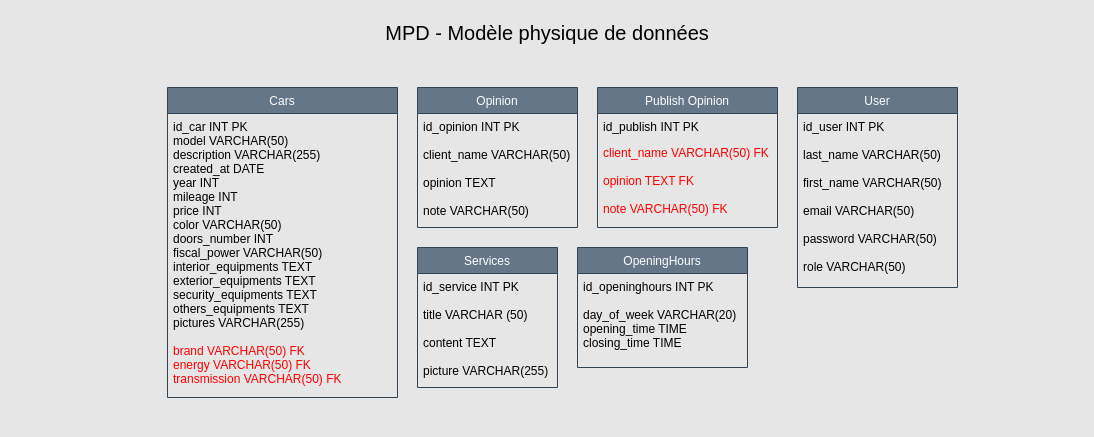
This is Diagrammes/MPD.drawio from Neeruam244/garageparrot, a draw.io file, before an edit. Source tidied: cells renumbered, new cells numbered last; positions are measured from the earlier drawing's top-left corner, leaving out a move shared by most shapes. Both pictures are drawn from the tidied source at 100%, with x=0, y=0 at pixel (17, 17).
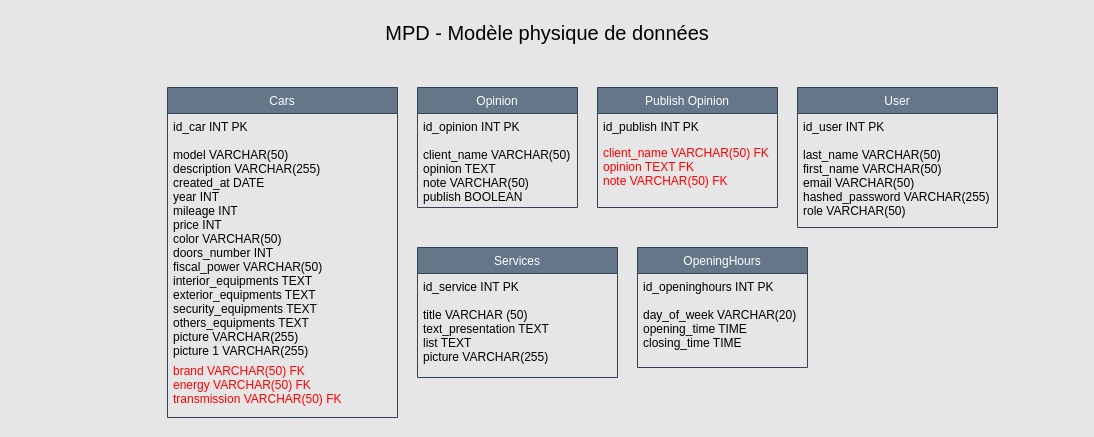
The same diagram, later.

The edit, as a diff of the source:
```diff
@@
 <mxGraphModel background="#E6E6E6">
   <root>
     <mxCell id="0" />
     <mxCell id="1" parent="0" />
     <mxCell id="2" value="Services" style="swimlane;fontStyle=0;horizontal=1;startSize=26;fillColor=#647687;fontColor=#ffffff;strokeColor=#314354;" parent="1" vertex="1">
-      <mxGeometry x="400" y="230" width="140" height="140" as="geometry" />
+      <mxGeometry x="400" y="230" width="200" height="130" as="geometry" />
     </mxCell>
-    <mxCell id="3" value="id_service INT PK&#10;&#10;title VARCHAR (50)&#10;&#10;content TEXT&#10; &#10;picture VARCHAR(255)" style="text;strokeColor=none;fillColor=none;align=left;verticalAlign=top;spacingLeft=4;spacingRight=4;overflow=hidden;fontColor=#000000;" parent="2" vertex="1">
-      <mxGeometry y="26" width="140" height="114" as="geometry" />
+    <mxCell id="3" value="id_service INT PK&#10;&#10;title VARCHAR (50)&#10;text_presentation TEXT&#10;list TEXT&#10;picture VARCHAR(255)" style="text;strokeColor=none;fillColor=none;align=left;verticalAlign=top;spacingLeft=4;spacingRight=4;overflow=hidden;fontColor=#000000;" parent="2" vertex="1">
+      <mxGeometry y="26" width="200" height="104" as="geometry" />
     </mxCell>
     <mxCell id="4" value="MPD - Modèle physique de données" style="text;html=1;strokeColor=none;fillColor=none;align=center;verticalAlign=middle;whiteSpace=wrap;rounded=0;fontColor=#000000;fontSize=20;" parent="1" vertex="1">
       <mxGeometry width="1060" height="30" as="geometry" />
     </mxCell>
     <mxCell id="5" value="OpeningHours" style="swimlane;fontStyle=0;horizontal=1;startSize=26;fillColor=#647687;fontColor=#ffffff;strokeColor=#314354;" parent="1" vertex="1">
-      <mxGeometry x="560" y="230" width="170" height="120" as="geometry" />
+      <mxGeometry x="620" y="230" width="170" height="120" as="geometry" />
     </mxCell>
     <mxCell id="6" value="id_openinghours INT PK&#10;&#10;day_of_week VARCHAR(20)&#10;opening_time TIME&#10;closing_time TIME    " style="text;strokeColor=none;fillColor=none;align=left;verticalAlign=top;spacingLeft=4;spacingRight=4;overflow=hidden;fontColor=#000000;" parent="5" vertex="1">
       <mxGeometry y="26" width="170" height="94" as="geometry" />
     </mxCell>
     <mxCell id="7" value="Opinion" style="swimlane;fontStyle=0;horizontal=1;startSize=26;fillColor=#647687;fontColor=#ffffff;strokeColor=#314354;" parent="1" vertex="1">
-      <mxGeometry x="400" y="70" width="160" height="140" as="geometry" />
+      <mxGeometry x="400" y="70" width="160" height="120" as="geometry" />
     </mxCell>
-    <mxCell id="8" value="id_opinion INT PK&#10;&#10;client_name VARCHAR(50)&#10;&#10;opinion TEXT&#10;&#10;note VARCHAR(50)" style="text;strokeColor=none;fillColor=none;align=left;verticalAlign=top;spacingLeft=4;spacingRight=4;overflow=hidden;fontColor=#000000;" parent="7" vertex="1">
-      <mxGeometry y="26" width="160" height="114" as="geometry" />
+    <mxCell id="8" value="id_opinion INT PK&#10;&#10;client_name VARCHAR(50)&#10;opinion TEXT&#10;note VARCHAR(50)&#10;publish BOOLEAN" style="text;strokeColor=none;fillColor=none;align=left;verticalAlign=top;spacingLeft=4;spacingRight=4;overflow=hidden;fontColor=#000000;" parent="7" vertex="1">
+      <mxGeometry y="26" width="160" height="94" as="geometry" />
     </mxCell>
     <mxCell id="9" value="Publish Opinion" style="swimlane;fontStyle=0;horizontal=1;startSize=26;fillColor=#647687;fontColor=#ffffff;strokeColor=#314354;" parent="1" vertex="1">
-      <mxGeometry x="580" y="70" width="180" height="140" as="geometry" />
+      <mxGeometry x="580" y="70" width="180" height="120" as="geometry" />
     </mxCell>
     <mxCell id="10" value="id_publish INT PK" style="text;strokeColor=none;fillColor=none;align=left;verticalAlign=top;spacingLeft=4;spacingRight=4;overflow=hidden;fontColor=#000000;" parent="9" vertex="1">
       <mxGeometry y="26" width="180" height="26" as="geometry" />
     </mxCell>
-    <mxCell id="11" value="client_name VARCHAR(50) FK&#10;&#10;opinion TEXT FK&#10;&#10;note VARCHAR(50) FK" style="text;strokeColor=none;fillColor=none;align=left;verticalAlign=top;spacingLeft=4;spacingRight=4;overflow=hidden;fontColor=#FF0000;" parent="9" vertex="1">
-      <mxGeometry y="52" width="180" height="88" as="geometry" />
+    <mxCell id="11" value="client_name VARCHAR(50) FK&#10;opinion TEXT FK&#10;note VARCHAR(50) FK" style="text;strokeColor=none;fillColor=none;align=left;verticalAlign=top;spacingLeft=4;spacingRight=4;overflow=hidden;fontColor=#FF0000;" parent="9" vertex="1">
+      <mxGeometry y="52" width="180" height="68" as="geometry" />
     </mxCell>
     <mxCell id="12" value="Cars" style="swimlane;fontStyle=0;horizontal=1;startSize=26;fillColor=#647687;fontColor=#ffffff;strokeColor=#314354;" parent="1" vertex="1">
-      <mxGeometry x="150" y="70" width="230" height="310" as="geometry" />
+      <mxGeometry x="150" y="70" width="230" height="330" as="geometry" />
     </mxCell>
-    <mxCell id="13" value="id_car INT PK&#10;model VARCHAR(50)&#10;description VARCHAR(255)&#10;created_at DATE&#10;year INT&#10;mileage INT&#10;price INT &#10;color VARCHAR(50)&#10;doors_number INT&#10;fiscal_power VARCHAR(50)&#10;interior_equipments TEXT&#10;exterior_equipments TEXT&#10;security_equipments TEXT&#10;others_equipments TEXT&#10;pictures VARCHAR(255)" style="text;strokeColor=none;fillColor=none;align=left;verticalAlign=top;spacingLeft=4;spacingRight=4;overflow=hidden;fontColor=#000000;" parent="12" vertex="1">
-      <mxGeometry y="26" width="230" height="224" as="geometry" />
+    <mxCell id="13" value="id_car INT PK&#10;&#10;model VARCHAR(50)&#10;description VARCHAR(255)&#10;created_at DATE&#10;year INT&#10;mileage INT&#10;price INT &#10;color VARCHAR(50)&#10;doors_number INT&#10;fiscal_power VARCHAR(50)&#10;interior_equipments TEXT&#10;exterior_equipments TEXT&#10;security_equipments TEXT&#10;others_equipments TEXT&#10;picture VARCHAR(255)&#10;picture 1 VARCHAR(255)" style="text;strokeColor=none;fillColor=none;align=left;verticalAlign=top;spacingLeft=4;spacingRight=4;overflow=hidden;fontColor=#000000;" parent="12" vertex="1">
+      <mxGeometry y="26" width="230" height="244" as="geometry" />
     </mxCell>
     <mxCell id="14" value="brand VARCHAR(50) FK&#10;energy VARCHAR(50) FK&#10;transmission VARCHAR(50) FK " style="text;strokeColor=none;fillColor=none;align=left;verticalAlign=top;spacingLeft=4;spacingRight=4;overflow=hidden;fontColor=#FF0000;" parent="12" vertex="1">
-      <mxGeometry y="250" width="230" height="60" as="geometry" />
+      <mxGeometry y="270" width="230" height="60" as="geometry" />
     </mxCell>
     <mxCell id="15" value="User" style="swimlane;fontStyle=0;horizontal=1;startSize=26;fillColor=#647687;fontColor=#ffffff;strokeColor=#314354;" parent="1" vertex="1">
-      <mxGeometry x="780" y="70" width="160" height="200" as="geometry" />
+      <mxGeometry x="780" y="70" width="200" height="140" as="geometry" />
     </mxCell>
-    <mxCell id="16" value="id_user INT PK&#10;&#10;last_name VARCHAR(50) &#10;&#10;first_name VARCHAR(50)&#10;&#10;email VARCHAR(50)&#10;&#10;password VARCHAR(50) &#10;&#10;role VARCHAR(50)" style="text;strokeColor=none;fillColor=none;align=left;verticalAlign=top;spacingLeft=4;spacingRight=4;overflow=hidden;fontColor=#000000;" parent="15" vertex="1">
-      <mxGeometry y="26" width="160" height="174" as="geometry" />
+    <mxCell id="16" value="id_user INT PK&#10;&#10;last_name VARCHAR(50) &#10;first_name VARCHAR(50)&#10;email VARCHAR(50)&#10;hashed_password VARCHAR(255) &#10;role VARCHAR(50)" style="text;strokeColor=none;fillColor=none;align=left;verticalAlign=top;spacingLeft=4;spacingRight=4;overflow=hidden;fontColor=#000000;" parent="15" vertex="1">
+      <mxGeometry y="26" width="200" height="114" as="geometry" />
     </mxCell>
   </root>
 </mxGraphModel>
```
